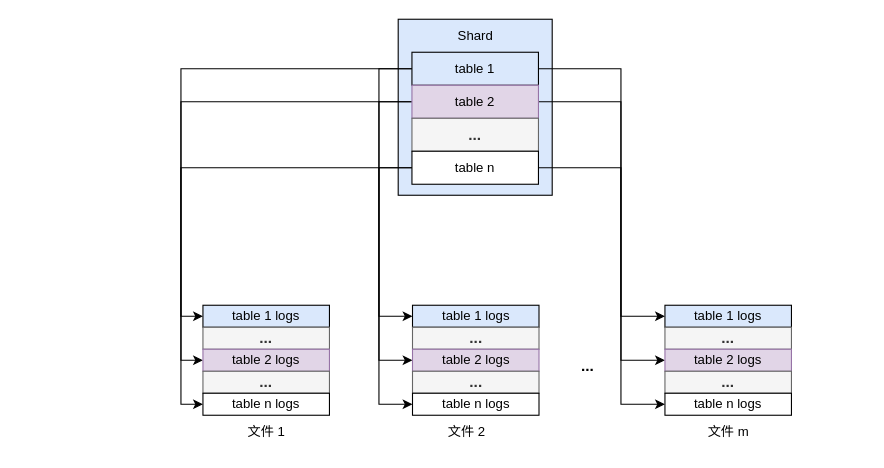
This is rockswal.drawio from Rachelint/drawio-store, a draw.io file, before an edit. Source tidied: cells renumbered, new cells numbered last; positions are measured from the earlier drawing's top-left corner, leaving out a move shared by most shapes. Both pictures are drawn from the tidied source at 110%, with x=0, y=0 at pixel (202, 19).
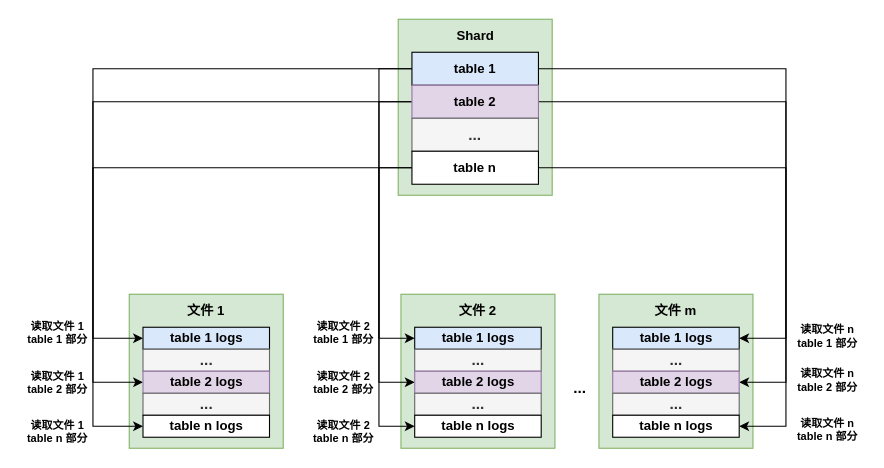
After the change.

The edit, as a diff of the source:
```diff
@@
-    <mxCell id="2" style="rounded=0;whiteSpace=wrap;html=1;fillColor=#dae8fc;strokeColor=#000000;" parent="1" vertex="1">
-      <mxGeometry x="177.5" width="140" height="160" as="geometry" />
-    </mxCell>
-    <mxCell id="3" style="edgeStyle=orthogonalEdgeStyle;rounded=0;jettySize=auto;html=1;exitX=0;exitY=0.5;exitDx=0;exitDy=0;entryX=0;entryY=0.5;entryDx=0;entryDy=0;" parent="1" edge="1" source="6" target="17">
-      <mxGeometry relative="1" as="geometry" />
-    </mxCell>
-    <mxCell id="4" style="edgeStyle=orthogonalEdgeStyle;rounded=0;jettySize=auto;html=1;exitX=0;exitY=0.5;exitDx=0;exitDy=0;entryX=0;entryY=0.5;entryDx=0;entryDy=0;" parent="1" edge="1" source="6" target="22">
-      <mxGeometry relative="1" as="geometry">
-        <Array as="points">
-          <mxPoint x="160" y="45" />
-          <mxPoint x="160" y="270" />
-        </Array>
-      </mxGeometry>
-    </mxCell>
-    <mxCell id="5" style="edgeStyle=orthogonalEdgeStyle;rounded=0;jettySize=auto;html=1;exitX=1;exitY=0.5;exitDx=0;exitDy=0;entryX=0;entryY=0.5;entryDx=0;entryDy=0;" parent="1" edge="1" source="6" target="27">
-      <mxGeometry relative="1" as="geometry">
-        <Array as="points">
-          <mxPoint x="380" y="45" />
-          <mxPoint x="380" y="270" />
-        </Array>
-      </mxGeometry>
-    </mxCell>
+    <mxCell id="36" style="rounded=0;whiteSpace=wrap;html=1;fillColor=#d5e8d4;strokeColor=#82b366;fontStyle=1;" parent="1" vertex="1">
+      <mxGeometry x="360" y="250" width="140" height="140" as="geometry" />
+    </mxCell>
+    <mxCell id="37" style="rounded=0;whiteSpace=wrap;html=1;fillColor=#d5e8d4;strokeColor=#82b366;fontStyle=1;" parent="1" vertex="1">
+      <mxGeometry x="180" y="250" width="140" height="140" as="geometry" />
+    </mxCell>
+    <mxCell id="38" style="rounded=0;whiteSpace=wrap;html=1;fillColor=#d5e8d4;strokeColor=#82b366;fontStyle=1;" parent="1" vertex="1">
+      <mxGeometry x="-67" y="250" width="140" height="140" as="geometry" />
+    </mxCell>
+    <mxCell id="39" style="rounded=0;whiteSpace=wrap;html=1;fillColor=#d5e8d4;strokeColor=#82b366;fontStyle=1;" parent="1" vertex="1">
+      <mxGeometry x="177.5" width="140" height="160" as="geometry" />
+    </mxCell>
+    <mxCell id="40" style="edgeStyle=orthogonalEdgeStyle;rounded=0;jettySize=auto;html=1;exitX=0;exitY=0.5;exitDx=0;exitDy=0;entryX=0;entryY=0.5;entryDx=0;entryDy=0;fontStyle=1;" parent="1" edge="1" source="6" target="50">
+      <mxGeometry relative="1" as="geometry">
+        <Array as="points">
+          <mxPoint x="-100" y="45" />
+          <mxPoint x="-100" y="290" />
+        </Array>
+      </mxGeometry>
+    </mxCell>
+    <mxCell id="41" style="edgeStyle=orthogonalEdgeStyle;rounded=0;jettySize=auto;html=1;exitX=0;exitY=0.5;exitDx=0;exitDy=0;entryX=0;entryY=0.5;entryDx=0;entryDy=0;fontStyle=1;" parent="1" edge="1" source="6" target="55">
+      <mxGeometry relative="1" as="geometry">
+        <Array as="points">
+          <mxPoint x="160" y="45" />
+          <mxPoint x="160" y="290" />
+        </Array>
+      </mxGeometry>
+    </mxCell>
+    <mxCell id="42" style="edgeStyle=orthogonalEdgeStyle;rounded=0;jettySize=auto;html=1;exitX=1;exitY=0.5;exitDx=0;exitDy=0;entryX=1;entryY=0.5;entryDx=0;entryDy=0;fontStyle=1;" parent="1" edge="1" source="6" target="60">
+      <mxGeometry relative="1" as="geometry">
+        <Array as="points">
+          <mxPoint x="530" y="45" />
+          <mxPoint x="530" y="290" />
+        </Array>
+      </mxGeometry>
+    </mxCell>
-    <mxCell id="6" value="table 1" style="rounded=0;whiteSpace=wrap;html=1;fillColor=#dae8fc;strokeColor=#000000;" parent="1" vertex="1">
+    <mxCell id="6" value="table 1" style="rounded=0;whiteSpace=wrap;html=1;fillColor=#dae8fc;strokeColor=#000000;fontStyle=1;" parent="1" vertex="1">
       <mxGeometry x="190" y="30" width="115" height="30" as="geometry" />
     </mxCell>
-    <mxCell id="7" style="edgeStyle=orthogonalEdgeStyle;rounded=0;jettySize=auto;html=1;exitX=0;exitY=0.5;exitDx=0;exitDy=0;entryX=0;entryY=0.5;entryDx=0;entryDy=0;" parent="1" edge="1" source="10" target="19">
-      <mxGeometry relative="1" as="geometry" />
-    </mxCell>
-    <mxCell id="8" style="edgeStyle=orthogonalEdgeStyle;rounded=0;jettySize=auto;html=1;exitX=0;exitY=0.5;exitDx=0;exitDy=0;entryX=0;entryY=0.5;entryDx=0;entryDy=0;" parent="1" edge="1" source="10" target="24">
-      <mxGeometry relative="1" as="geometry">
-        <Array as="points">
-          <mxPoint x="160" y="75" />
-          <mxPoint x="160" y="310" />
-        </Array>
-      </mxGeometry>
-    </mxCell>
-    <mxCell id="9" style="edgeStyle=orthogonalEdgeStyle;rounded=0;jettySize=auto;html=1;exitX=1;exitY=0.5;exitDx=0;exitDy=0;entryX=0;entryY=0.5;entryDx=0;entryDy=0;" parent="1" edge="1" source="10" target="29">
-      <mxGeometry relative="1" as="geometry">
-        <Array as="points">
-          <mxPoint x="380" y="75" />
-          <mxPoint x="380" y="310" />
-        </Array>
-      </mxGeometry>
-    </mxCell>
+    <mxCell id="43" style="edgeStyle=orthogonalEdgeStyle;rounded=0;jettySize=auto;html=1;exitX=0;exitY=0.5;exitDx=0;exitDy=0;entryX=0;entryY=0.5;entryDx=0;entryDy=0;fontStyle=1;" parent="1" edge="1" source="10" target="57">
+      <mxGeometry relative="1" as="geometry">
+        <Array as="points">
+          <mxPoint x="160" y="75" />
+          <mxPoint x="160" y="330" />
+        </Array>
+      </mxGeometry>
+    </mxCell>
+    <mxCell id="44" style="edgeStyle=orthogonalEdgeStyle;rounded=0;jettySize=auto;html=1;exitX=0;exitY=0.5;exitDx=0;exitDy=0;entryX=0;entryY=0.5;entryDx=0;entryDy=0;fontStyle=1;" parent="1" edge="1" source="10" target="52">
+      <mxGeometry relative="1" as="geometry">
+        <Array as="points">
+          <mxPoint x="-100" y="75" />
+          <mxPoint x="-100" y="330" />
+        </Array>
+      </mxGeometry>
+    </mxCell>
+    <mxCell id="45" style="edgeStyle=orthogonalEdgeStyle;rounded=0;jettySize=auto;html=1;exitX=1;exitY=0.5;exitDx=0;exitDy=0;entryX=1;entryY=0.5;entryDx=0;entryDy=0;fontStyle=1;" parent="1" edge="1" source="10" target="62">
+      <mxGeometry relative="1" as="geometry">
+        <Array as="points">
+          <mxPoint x="530" y="75" />
+          <mxPoint x="530" y="330" />
+        </Array>
+      </mxGeometry>
+    </mxCell>
-    <mxCell id="10" value="table 2" style="rounded=0;whiteSpace=wrap;html=1;fillColor=#e1d5e7;strokeColor=#9673a6;" parent="1" vertex="1">
+    <mxCell id="10" value="table 2" style="rounded=0;whiteSpace=wrap;html=1;fillColor=#e1d5e7;strokeColor=#9673a6;fontStyle=1;" parent="1" vertex="1">
       <mxGeometry x="190" y="60" width="115" height="30" as="geometry" />
     </mxCell>
-    <mxCell id="11" value="&lt;font style=&quot;font-size: 14px;&quot;&gt;&lt;b&gt;...&lt;/b&gt;&lt;/font&gt;" style="rounded=0;whiteSpace=wrap;html=1;fillColor=#f5f5f5;strokeColor=#666666;fontColor=#333333;" parent="1" vertex="1">
-      <mxGeometry x="190" y="90" width="115" height="30" as="geometry" />
-    </mxCell>
-    <mxCell id="12" style="edgeStyle=orthogonalEdgeStyle;rounded=0;jettySize=auto;html=1;exitX=0;exitY=0.5;exitDx=0;exitDy=0;entryX=0;entryY=0.5;entryDx=0;entryDy=0;" parent="1" edge="1" source="15" target="21">
-      <mxGeometry relative="1" as="geometry" />
-    </mxCell>
-    <mxCell id="13" style="edgeStyle=orthogonalEdgeStyle;rounded=0;jettySize=auto;html=1;exitX=0;exitY=0.5;exitDx=0;exitDy=0;entryX=0;entryY=0.5;entryDx=0;entryDy=0;" parent="1" edge="1" source="15" target="26">
-      <mxGeometry relative="1" as="geometry">
-        <Array as="points">
-          <mxPoint x="160" y="135" />
-          <mxPoint x="160" y="350" />
-        </Array>
-      </mxGeometry>
-    </mxCell>
-    <mxCell id="14" style="edgeStyle=orthogonalEdgeStyle;rounded=0;jettySize=auto;html=1;exitX=1;exitY=0.5;exitDx=0;exitDy=0;entryX=0;entryY=0.5;entryDx=0;entryDy=0;" parent="1" edge="1" source="15" target="31">
-      <mxGeometry relative="1" as="geometry">
-        <Array as="points">
-          <mxPoint x="380" y="135" />
-          <mxPoint x="380" y="350" />
-        </Array>
-      </mxGeometry>
-    </mxCell>
+    <mxCell id="46" value="&lt;font style=&quot;font-size: 14px;&quot;&gt;&lt;span&gt;...&lt;/span&gt;&lt;/font&gt;" style="rounded=0;whiteSpace=wrap;html=1;fillColor=#f5f5f5;strokeColor=#666666;fontColor=#333333;fontStyle=1;" parent="1" vertex="1">
+      <mxGeometry x="190" y="90" width="115" height="30" as="geometry" />
+    </mxCell>
+    <mxCell id="47" style="edgeStyle=orthogonalEdgeStyle;rounded=0;jettySize=auto;html=1;exitX=1;exitY=0.5;exitDx=0;exitDy=0;entryX=1;entryY=0.5;entryDx=0;entryDy=0;fontStyle=1;" parent="1" edge="1" source="15" target="64">
+      <mxGeometry relative="1" as="geometry">
+        <Array as="points">
+          <mxPoint x="530" y="135" />
+          <mxPoint x="530" y="370" />
+        </Array>
+      </mxGeometry>
+    </mxCell>
+    <mxCell id="48" style="edgeStyle=orthogonalEdgeStyle;rounded=0;jettySize=auto;html=1;exitX=0;exitY=0.5;exitDx=0;exitDy=0;entryX=0;entryY=0.5;entryDx=0;entryDy=0;fontStyle=1;" parent="1" edge="1" source="15" target="59">
+      <mxGeometry relative="1" as="geometry">
+        <Array as="points">
+          <mxPoint x="160" y="135" />
+          <mxPoint x="160" y="370" />
+        </Array>
+      </mxGeometry>
+    </mxCell>
+    <mxCell id="49" style="edgeStyle=orthogonalEdgeStyle;rounded=0;jettySize=auto;html=1;exitX=0;exitY=0.5;exitDx=0;exitDy=0;entryX=0;entryY=0.5;entryDx=0;entryDy=0;fontStyle=1;" parent="1" edge="1" source="15" target="54">
+      <mxGeometry relative="1" as="geometry">
+        <Array as="points">
+          <mxPoint x="-100" y="135" />
+          <mxPoint x="-100" y="370" />
+        </Array>
+      </mxGeometry>
+    </mxCell>
-    <mxCell id="15" value="table n" style="rounded=0;whiteSpace=wrap;html=1;" parent="1" vertex="1">
+    <mxCell id="15" value="table n" style="rounded=0;whiteSpace=wrap;html=1;fontStyle=1;" parent="1" vertex="1">
       <mxGeometry x="190" y="120" width="115" height="30" as="geometry" />
     </mxCell>
-    <mxCell id="16" value="Shard" style="text;html=1;strokeColor=none;fillColor=none;align=center;verticalAlign=middle;whiteSpace=wrap;rounded=0;" parent="1" vertex="1">
+    <mxCell id="16" value="Shard" style="text;html=1;strokeColor=none;fillColor=none;align=center;verticalAlign=middle;whiteSpace=wrap;rounded=0;fontStyle=1;" parent="1" vertex="1">
       <mxGeometry x="218" width="60" height="30" as="geometry" />
     </mxCell>
-    <mxCell id="17" value="table 1 logs" style="rounded=0;whiteSpace=wrap;html=1;fillColor=#dae8fc;strokeColor=#000000;" parent="1" vertex="1">
-      <mxGeometry y="260" width="115" height="20" as="geometry" />
-    </mxCell>
-    <mxCell id="18" value="&lt;font style=&quot;font-size: 14px;&quot;&gt;&lt;b&gt;...&lt;/b&gt;&lt;/font&gt;" style="rounded=0;whiteSpace=wrap;html=1;fillColor=#f5f5f5;strokeColor=#666666;fontColor=#333333;" parent="1" vertex="1">
-      <mxGeometry y="280" width="115" height="20" as="geometry" />
-    </mxCell>
-    <mxCell id="19" value="table 2 logs" style="rounded=0;whiteSpace=wrap;html=1;fillColor=#e1d5e7;strokeColor=#9673a6;" parent="1" vertex="1">
-      <mxGeometry y="300" width="115" height="20" as="geometry" />
-    </mxCell>
-    <mxCell id="20" value="&lt;font style=&quot;font-size: 14px;&quot;&gt;&lt;b&gt;...&lt;/b&gt;&lt;/font&gt;" style="rounded=0;whiteSpace=wrap;html=1;fillColor=#f5f5f5;strokeColor=#666666;fontColor=#333333;" parent="1" vertex="1">
-      <mxGeometry y="320" width="115" height="20" as="geometry" />
-    </mxCell>
-    <mxCell id="21" value="table n logs" style="rounded=0;whiteSpace=wrap;html=1;" parent="1" vertex="1">
-      <mxGeometry y="340" width="115" height="20" as="geometry" />
-    </mxCell>
-    <mxCell id="22" value="table 1 logs" style="rounded=0;whiteSpace=wrap;html=1;fillColor=#dae8fc;strokeColor=#000000;" parent="1" vertex="1">
-      <mxGeometry x="190.5" y="260" width="115" height="20" as="geometry" />
-    </mxCell>
-    <mxCell id="23" value="&lt;font style=&quot;font-size: 14px;&quot;&gt;&lt;b&gt;...&lt;/b&gt;&lt;/font&gt;" style="rounded=0;whiteSpace=wrap;html=1;fillColor=#f5f5f5;strokeColor=#666666;fontColor=#333333;" parent="1" vertex="1">
-      <mxGeometry x="190.5" y="280" width="115" height="20" as="geometry" />
-    </mxCell>
-    <mxCell id="24" value="table 2 logs" style="rounded=0;whiteSpace=wrap;html=1;fillColor=#e1d5e7;strokeColor=#9673a6;" parent="1" vertex="1">
-      <mxGeometry x="190.5" y="300" width="115" height="20" as="geometry" />
-    </mxCell>
-    <mxCell id="25" value="&lt;font style=&quot;font-size: 14px;&quot;&gt;&lt;b&gt;...&lt;/b&gt;&lt;/font&gt;" style="rounded=0;whiteSpace=wrap;html=1;fillColor=#f5f5f5;strokeColor=#666666;fontColor=#333333;" parent="1" vertex="1">
-      <mxGeometry x="190.5" y="320" width="115" height="20" as="geometry" />
-    </mxCell>
-    <mxCell id="26" value="table n logs" style="rounded=0;whiteSpace=wrap;html=1;" parent="1" vertex="1">
-      <mxGeometry x="190.5" y="340" width="115" height="20" as="geometry" />
-    </mxCell>
-    <mxCell id="27" value="table 1 logs" style="rounded=0;whiteSpace=wrap;html=1;fillColor=#dae8fc;strokeColor=#000000;" parent="1" vertex="1">
-      <mxGeometry x="420" y="260" width="115" height="20" as="geometry" />
-    </mxCell>
-    <mxCell id="28" value="&lt;font style=&quot;font-size: 14px;&quot;&gt;&lt;b&gt;...&lt;/b&gt;&lt;/font&gt;" style="rounded=0;whiteSpace=wrap;html=1;fillColor=#f5f5f5;strokeColor=#666666;fontColor=#333333;" parent="1" vertex="1">
-      <mxGeometry x="420" y="280" width="115" height="20" as="geometry" />
-    </mxCell>
-    <mxCell id="29" value="table 2 logs" style="rounded=0;whiteSpace=wrap;html=1;fillColor=#e1d5e7;strokeColor=#9673a6;" parent="1" vertex="1">
-      <mxGeometry x="420" y="300" width="115" height="20" as="geometry" />
-    </mxCell>
-    <mxCell id="30" value="&lt;font style=&quot;font-size: 14px;&quot;&gt;&lt;b&gt;...&lt;/b&gt;&lt;/font&gt;" style="rounded=0;whiteSpace=wrap;html=1;fillColor=#f5f5f5;strokeColor=#666666;fontColor=#333333;" parent="1" vertex="1">
-      <mxGeometry x="420" y="320" width="115" height="20" as="geometry" />
-    </mxCell>
-    <mxCell id="31" value="table n logs" style="rounded=0;whiteSpace=wrap;html=1;" parent="1" vertex="1">
-      <mxGeometry x="420" y="340" width="115" height="20" as="geometry" />
-    </mxCell>
-    <mxCell id="32" value="&lt;font style=&quot;font-size: 14px;&quot;&gt;&lt;b&gt;...&lt;/b&gt;&lt;br&gt;&lt;/font&gt;" style="text;html=1;strokeColor=none;fillColor=none;align=center;verticalAlign=middle;whiteSpace=wrap;rounded=0;" parent="1" vertex="1">
-      <mxGeometry x="320" y="300" width="60" height="30" as="geometry" />
-    </mxCell>
+    <mxCell id="50" value="table 1 logs" style="rounded=0;whiteSpace=wrap;html=1;fillColor=#dae8fc;strokeColor=#000000;fontStyle=1;" parent="1" vertex="1">
+      <mxGeometry x="-54.5" y="280" width="115" height="20" as="geometry" />
+    </mxCell>
+    <mxCell id="51" value="&lt;font style=&quot;font-size: 14px;&quot;&gt;&lt;span&gt;...&lt;/span&gt;&lt;/font&gt;" style="rounded=0;whiteSpace=wrap;html=1;fillColor=#f5f5f5;strokeColor=#666666;fontColor=#333333;fontStyle=1;" parent="1" vertex="1">
+      <mxGeometry x="-54.5" y="300" width="115" height="20" as="geometry" />
+    </mxCell>
+    <mxCell id="52" value="table 2 logs" style="rounded=0;whiteSpace=wrap;html=1;fillColor=#e1d5e7;strokeColor=#9673a6;fontStyle=1;" parent="1" vertex="1">
+      <mxGeometry x="-54.5" y="320" width="115" height="20" as="geometry" />
+    </mxCell>
+    <mxCell id="53" value="&lt;font style=&quot;font-size: 14px;&quot;&gt;&lt;span&gt;...&lt;/span&gt;&lt;/font&gt;" style="rounded=0;whiteSpace=wrap;html=1;fillColor=#f5f5f5;strokeColor=#666666;fontColor=#333333;fontStyle=1;" parent="1" vertex="1">
+      <mxGeometry x="-54.5" y="340" width="115" height="20" as="geometry" />
+    </mxCell>
+    <mxCell id="54" value="table n logs" style="rounded=0;whiteSpace=wrap;html=1;fontStyle=1;" parent="1" vertex="1">
+      <mxGeometry x="-54.5" y="360" width="115" height="20" as="geometry" />
+    </mxCell>
+    <mxCell id="55" value="table 1 logs" style="rounded=0;whiteSpace=wrap;html=1;fillColor=#dae8fc;strokeColor=#000000;fontStyle=1;" parent="1" vertex="1">
+      <mxGeometry x="192.5" y="280" width="115" height="20" as="geometry" />
+    </mxCell>
+    <mxCell id="56" value="&lt;font style=&quot;font-size: 14px;&quot;&gt;&lt;span&gt;...&lt;/span&gt;&lt;/font&gt;" style="rounded=0;whiteSpace=wrap;html=1;fillColor=#f5f5f5;strokeColor=#666666;fontColor=#333333;fontStyle=1;" parent="1" vertex="1">
+      <mxGeometry x="192.5" y="300" width="115" height="20" as="geometry" />
+    </mxCell>
+    <mxCell id="57" value="table 2 logs" style="rounded=0;whiteSpace=wrap;html=1;fillColor=#e1d5e7;strokeColor=#9673a6;fontStyle=1;" parent="1" vertex="1">
+      <mxGeometry x="192.5" y="320" width="115" height="20" as="geometry" />
+    </mxCell>
+    <mxCell id="58" value="&lt;font style=&quot;font-size: 14px;&quot;&gt;&lt;span&gt;...&lt;/span&gt;&lt;/font&gt;" style="rounded=0;whiteSpace=wrap;html=1;fillColor=#f5f5f5;strokeColor=#666666;fontColor=#333333;fontStyle=1;" parent="1" vertex="1">
+      <mxGeometry x="192.5" y="340" width="115" height="20" as="geometry" />
+    </mxCell>
+    <mxCell id="59" value="table n logs" style="rounded=0;whiteSpace=wrap;html=1;fontStyle=1;" parent="1" vertex="1">
+      <mxGeometry x="192.5" y="360" width="115" height="20" as="geometry" />
+    </mxCell>
+    <mxCell id="60" value="table 1 logs" style="rounded=0;whiteSpace=wrap;html=1;fillColor=#dae8fc;strokeColor=#000000;fontStyle=1;" parent="1" vertex="1">
+      <mxGeometry x="372.5" y="280" width="115" height="20" as="geometry" />
+    </mxCell>
+    <mxCell id="61" value="&lt;font style=&quot;font-size: 14px;&quot;&gt;&lt;span&gt;...&lt;/span&gt;&lt;/font&gt;" style="rounded=0;whiteSpace=wrap;html=1;fillColor=#f5f5f5;strokeColor=#666666;fontColor=#333333;fontStyle=1;" parent="1" vertex="1">
+      <mxGeometry x="372.5" y="300" width="115" height="20" as="geometry" />
+    </mxCell>
+    <mxCell id="62" value="table 2 logs" style="rounded=0;whiteSpace=wrap;html=1;fillColor=#e1d5e7;strokeColor=#9673a6;fontStyle=1;" parent="1" vertex="1">
+      <mxGeometry x="372.5" y="320" width="115" height="20" as="geometry" />
+    </mxCell>
+    <mxCell id="63" value="&lt;font style=&quot;font-size: 14px;&quot;&gt;&lt;span&gt;...&lt;/span&gt;&lt;/font&gt;" style="rounded=0;whiteSpace=wrap;html=1;fillColor=#f5f5f5;strokeColor=#666666;fontColor=#333333;fontStyle=1;" parent="1" vertex="1">
+      <mxGeometry x="372.5" y="340" width="115" height="20" as="geometry" />
+    </mxCell>
+    <mxCell id="64" value="table n logs" style="rounded=0;whiteSpace=wrap;html=1;fontStyle=1;" parent="1" vertex="1">
+      <mxGeometry x="372.5" y="360" width="115" height="20" as="geometry" />
+    </mxCell>
+    <mxCell id="65" value="&lt;font style=&quot;font-size: 14px;&quot;&gt;&lt;span&gt;...&lt;/span&gt;&lt;br&gt;&lt;/font&gt;" style="text;html=1;strokeColor=none;fillColor=none;align=center;verticalAlign=middle;whiteSpace=wrap;rounded=0;fontStyle=1;" parent="1" vertex="1">
+      <mxGeometry x="312.5" y="320" width="60" height="30" as="geometry" />
+    </mxCell>
-    <mxCell id="33" value="文件 1" style="text;html=1;strokeColor=none;fillColor=none;align=center;verticalAlign=middle;whiteSpace=wrap;rounded=0;" parent="1" vertex="1">
-      <mxGeometry x="28" y="360" width="60" height="30" as="geometry" />
+    <mxCell id="33" value="文件 1" style="text;html=1;strokeColor=none;fillColor=none;align=center;verticalAlign=middle;whiteSpace=wrap;rounded=0;fontStyle=1;" parent="1" vertex="1">
+      <mxGeometry x="-27" y="250" width="60" height="30" as="geometry" />
     </mxCell>
-    <mxCell id="34" value="文件 2" style="text;html=1;strokeColor=none;fillColor=none;align=center;verticalAlign=middle;whiteSpace=wrap;rounded=0;" parent="1" vertex="1">
-      <mxGeometry x="210" y="360" width="60" height="30" as="geometry" />
+    <mxCell id="34" value="文件 2" style="text;html=1;strokeColor=none;fillColor=none;align=center;verticalAlign=middle;whiteSpace=wrap;rounded=0;fontStyle=1;" parent="1" vertex="1">
+      <mxGeometry x="220" y="250" width="60" height="30" as="geometry" />
     </mxCell>
-    <mxCell id="35" value="文件 m" style="text;html=1;strokeColor=none;fillColor=none;align=center;verticalAlign=middle;whiteSpace=wrap;rounded=0;" parent="1" vertex="1">
-      <mxGeometry x="447.5" y="360" width="60" height="30" as="geometry" />
+    <mxCell id="35" value="文件 m" style="text;html=1;strokeColor=none;fillColor=none;align=center;verticalAlign=middle;whiteSpace=wrap;rounded=0;fontStyle=1;" parent="1" vertex="1">
+      <mxGeometry x="400" y="250" width="60" height="30" as="geometry" />
     </mxCell>
+    <mxCell id="66" value="读取文件 1 table 1 部分" style="text;html=1;strokeColor=none;fillColor=none;align=center;verticalAlign=middle;whiteSpace=wrap;rounded=0;strokeWidth=0;fontSize=10;fontStyle=1;" parent="1" vertex="1">
+      <mxGeometry x="-167" y="270" width="70" height="30" as="geometry" />
+    </mxCell>
+    <mxCell id="67" value="读取文件 1 table 2 部分" style="text;html=1;strokeColor=none;fillColor=none;align=center;verticalAlign=middle;whiteSpace=wrap;rounded=0;strokeWidth=0;fontSize=10;fontStyle=1;" parent="1" vertex="1">
+      <mxGeometry x="-167" y="315" width="70" height="30" as="geometry" />
+    </mxCell>
+    <mxCell id="68" value="读取文件 1 table n 部分" style="text;html=1;strokeColor=none;fillColor=none;align=center;verticalAlign=middle;whiteSpace=wrap;rounded=0;strokeWidth=0;fontSize=10;fontStyle=1;" parent="1" vertex="1">
+      <mxGeometry x="-167" y="360" width="70" height="30" as="geometry" />
+    </mxCell>
+    <mxCell id="69" value="读取文件 2 table 1 部分" style="text;html=1;strokeColor=none;fillColor=none;align=center;verticalAlign=middle;whiteSpace=wrap;rounded=0;fontSize=10;fontStyle=1;" parent="1" vertex="1">
+      <mxGeometry x="93" y="270" width="70" height="30" as="geometry" />
+    </mxCell>
+    <mxCell id="70" value="读取文件 2 table 2 部分" style="text;html=1;strokeColor=none;fillColor=none;align=center;verticalAlign=middle;whiteSpace=wrap;rounded=0;fontSize=10;fontStyle=1;" parent="1" vertex="1">
+      <mxGeometry x="93" y="312.5" width="70" height="35" as="geometry" />
+    </mxCell>
+    <mxCell id="71" value="读取文件 2 table n 部分" style="text;html=1;strokeColor=none;fillColor=none;align=center;verticalAlign=middle;whiteSpace=wrap;rounded=0;fontSize=10;fontStyle=1;" parent="1" vertex="1">
+      <mxGeometry x="93" y="360" width="70" height="30" as="geometry" />
+    </mxCell>
+    <mxCell id="72" value="读取文件 n table 1 部分" style="text;html=1;strokeColor=none;fillColor=none;align=center;verticalAlign=middle;whiteSpace=wrap;rounded=0;fontSize=10;fontStyle=1;" parent="1" vertex="1">
+      <mxGeometry x="533" y="272.5" width="70" height="30" as="geometry" />
+    </mxCell>
+    <mxCell id="73" value="读取文件 n table 2 部分" style="text;html=1;strokeColor=none;fillColor=none;align=center;verticalAlign=middle;whiteSpace=wrap;rounded=0;fontSize=10;fontStyle=1;" parent="1" vertex="1">
+      <mxGeometry x="533" y="312.5" width="70" height="30" as="geometry" />
+    </mxCell>
+    <mxCell id="74" value="读取文件 n table n 部分" style="text;html=1;strokeColor=none;fillColor=none;align=center;verticalAlign=middle;whiteSpace=wrap;rounded=0;fontSize=10;fontStyle=1;" parent="1" vertex="1">
+      <mxGeometry x="533" y="357.5" width="70" height="30" as="geometry" />
+    </mxCell>
```
